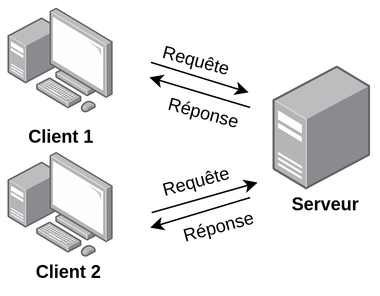
Earlier version of the draw.io export images/client-serveur.png (ulaval-rs/prog-fest-presentation). Source tidied: cells renumbered, new cells last; positions are measured from the earlier drawing's top-left corner, leaving out a move shared by most shapes. Its diagram source:
```xml
<mxGraphModel>
  <root>
    <mxCell id="0" />
    <mxCell id="1" parent="0" />
    <mxCell id="2" style="html=1;align=center;shadow=0;dashed=0;image;image=img/lib/allied_telesis/computer_and_terminals/Server_Desktop.svg;" parent="1" vertex="1">
      <mxGeometry x="176.4" y="38.6" width="65" height="82.4" as="geometry" />
    </mxCell>
    <mxCell id="3" style="html=1;align=center;shadow=0;dashed=0;image;image=img/lib/allied_telesis/computer_and_terminals/Personal_Computer_with_Server.svg;" parent="1" vertex="1">
      <mxGeometry width="70" height="70" as="geometry" />
    </mxCell>
    <mxCell id="4" value="&lt;b&gt;Client 1&lt;/b&gt;" style="text;html=1;align=center;verticalAlign=middle;strokeColor=none;fillColor=none;" parent="1" vertex="1">
      <mxGeometry x="5" y="76" width="60" height="20" as="geometry" />
    </mxCell>
    <mxCell id="5" value="&lt;b&gt;Serveur&lt;/b&gt;" style="text;html=1;align=center;verticalAlign=middle;strokeColor=none;fillColor=none;" parent="1" vertex="1">
      <mxGeometry x="181.4" y="121" width="60" height="20" as="geometry" />
    </mxCell>
    <mxCell id="6" value="Requête" style="text;html=1;align=center;verticalAlign=middle;strokeColor=none;fillColor=none;rotation=15;" parent="1" vertex="1">
      <mxGeometry x="94.5" y="25" width="60" height="20" as="geometry" />
    </mxCell>
    <mxCell id="7" value="Réponse" style="text;html=1;align=center;verticalAlign=middle;strokeColor=none;fillColor=none;rotation=15;" parent="1" vertex="1">
      <mxGeometry x="100" y="59.8" width="60" height="20" as="geometry" />
    </mxCell>
    <mxCell id="8" style="html=1;align=center;shadow=0;dashed=0;image;image=img/lib/allied_telesis/computer_and_terminals/Personal_Computer_with_Server.svg;" parent="1" vertex="1">
      <mxGeometry y="96" width="70" height="70" as="geometry" />
    </mxCell>
    <mxCell id="9" style="endArrow=classic;html=1;rounded=0;" parent="1" edge="1">
      <mxGeometry relative="1" as="geometry">
        <mxPoint x="95.5" y="136" as="sourcePoint" />
        <mxPoint x="166" y="116" as="targetPoint" />
      </mxGeometry>
    </mxCell>
    <mxCell id="10" style="endArrow=none;html=1;rounded=0;startArrow=classic;startFill=1;endFill=0;" parent="1" edge="1">
      <mxGeometry relative="1" as="geometry">
        <mxPoint x="94.5" y="146" as="sourcePoint" />
        <mxPoint x="161" y="126" as="targetPoint" />
      </mxGeometry>
    </mxCell>
    <mxCell id="11" value="Requête" style="text;html=1;align=center;verticalAlign=middle;strokeColor=none;fillColor=none;rotation=-15;" parent="1" vertex="1">
      <mxGeometry x="94.5" y="106" width="60" height="20" as="geometry" />
    </mxCell>
    <mxCell id="12" value="Réponse" style="text;html=1;align=center;verticalAlign=middle;strokeColor=none;fillColor=none;rotation=-15;" parent="1" vertex="1">
      <mxGeometry x="110" y="136" width="60" height="20" as="geometry" />
    </mxCell>
    <mxCell id="13" style="endArrow=classic;html=1;rounded=0;" parent="1" edge="1">
      <mxGeometry relative="1" as="geometry">
        <mxPoint x="95" y="36" as="sourcePoint" />
        <mxPoint x="160" y="56" as="targetPoint" />
      </mxGeometry>
    </mxCell>
    <mxCell id="14" style="endArrow=none;html=1;rounded=0;startArrow=classic;startFill=1;endFill=0;" parent="1" edge="1">
      <mxGeometry relative="1" as="geometry">
        <mxPoint x="94" y="46" as="sourcePoint" />
        <mxPoint x="161" y="66" as="targetPoint" />
      </mxGeometry>
    </mxCell>
    <mxCell id="15" value="&lt;b&gt;Client 2&lt;/b&gt;" style="text;html=1;align=center;verticalAlign=middle;strokeColor=none;fillColor=none;" parent="1" vertex="1">
      <mxGeometry x="10" y="166" width="60" height="20" as="geometry" />
    </mxCell>
  </root>
</mxGraphModel>
```
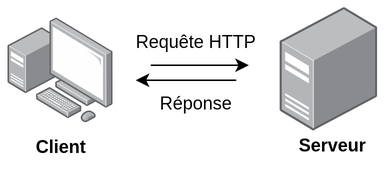
After the commit.

The edit, as a diff of the source:
```diff
@@ -2,59 +2,35 @@
   <root>
     <mxCell id="0" />
     <mxCell id="1" parent="0" />
-    <mxCell id="2" style="html=1;align=center;shadow=0;dashed=0;image;image=img/lib/allied_telesis/computer_and_terminals/Server_Desktop.svg;" parent="1" vertex="1">
-      <mxGeometry x="176.4" y="38.6" width="65" height="82.4" as="geometry" />
-    </mxCell>
-    <mxCell id="3" style="html=1;align=center;shadow=0;dashed=0;image;image=img/lib/allied_telesis/computer_and_terminals/Personal_Computer_with_Server.svg;" parent="1" vertex="1">
-      <mxGeometry width="70" height="70" as="geometry" />
-    </mxCell>
-    <mxCell id="4" value="&lt;b&gt;Client 1&lt;/b&gt;" style="text;html=1;align=center;verticalAlign=middle;strokeColor=none;fillColor=none;" parent="1" vertex="1">
-      <mxGeometry x="5" y="76" width="60" height="20" as="geometry" />
-    </mxCell>
+    <mxCell id="16" style="html=1;align=center;shadow=0;dashed=0;image;image=img/lib/allied_telesis/computer_and_terminals/Server_Desktop.svg;" parent="1" vertex="1">
+      <mxGeometry x="176.4" y="38.6" width="65" height="82.4" as="geometry" />
+    </mxCell>
+    <mxCell id="17" style="html=1;align=center;shadow=0;dashed=0;image;image=img/lib/allied_telesis/computer_and_terminals/Personal_Computer_with_Server.svg;" parent="1" vertex="1">
+      <mxGeometry x="-5" y="45.6" width="70" height="70" as="geometry" />
+    </mxCell>
+    <mxCell id="18" value="&lt;b&gt;Client&lt;/b&gt;" style="text;html=1;align=center;verticalAlign=middle;strokeColor=none;fillColor=none;" parent="1" vertex="1">
+      <mxGeometry x="5" y="121.6" width="50" height="20" as="geometry" />
+    </mxCell>
     <mxCell id="5" value="&lt;b&gt;Serveur&lt;/b&gt;" style="text;html=1;align=center;verticalAlign=middle;strokeColor=none;fillColor=none;" parent="1" vertex="1">
       <mxGeometry x="181.4" y="121" width="60" height="20" as="geometry" />
     </mxCell>
-    <mxCell id="6" value="Requête" style="text;html=1;align=center;verticalAlign=middle;strokeColor=none;fillColor=none;rotation=15;" parent="1" vertex="1">
-      <mxGeometry x="94.5" y="25" width="60" height="20" as="geometry" />
-    </mxCell>
-    <mxCell id="7" value="Réponse" style="text;html=1;align=center;verticalAlign=middle;strokeColor=none;fillColor=none;rotation=15;" parent="1" vertex="1">
-      <mxGeometry x="100" y="59.8" width="60" height="20" as="geometry" />
-    </mxCell>
-    <mxCell id="8" style="html=1;align=center;shadow=0;dashed=0;image;image=img/lib/allied_telesis/computer_and_terminals/Personal_Computer_with_Server.svg;" parent="1" vertex="1">
-      <mxGeometry y="96" width="70" height="70" as="geometry" />
-    </mxCell>
-    <mxCell id="9" style="endArrow=classic;html=1;rounded=0;" parent="1" edge="1">
-      <mxGeometry relative="1" as="geometry">
-        <mxPoint x="95.5" y="136" as="sourcePoint" />
-        <mxPoint x="166" y="116" as="targetPoint" />
-      </mxGeometry>
-    </mxCell>
-    <mxCell id="10" style="endArrow=none;html=1;rounded=0;startArrow=classic;startFill=1;endFill=0;" parent="1" edge="1">
-      <mxGeometry relative="1" as="geometry">
-        <mxPoint x="94.5" y="146" as="sourcePoint" />
-        <mxPoint x="161" y="126" as="targetPoint" />
-      </mxGeometry>
-    </mxCell>
-    <mxCell id="11" value="Requête" style="text;html=1;align=center;verticalAlign=middle;strokeColor=none;fillColor=none;rotation=-15;" parent="1" vertex="1">
-      <mxGeometry x="94.5" y="106" width="60" height="20" as="geometry" />
-    </mxCell>
-    <mxCell id="12" value="Réponse" style="text;html=1;align=center;verticalAlign=middle;strokeColor=none;fillColor=none;rotation=-15;" parent="1" vertex="1">
-      <mxGeometry x="110" y="136" width="60" height="20" as="geometry" />
-    </mxCell>
-    <mxCell id="13" style="endArrow=classic;html=1;rounded=0;" parent="1" edge="1">
-      <mxGeometry relative="1" as="geometry">
-        <mxPoint x="95" y="36" as="sourcePoint" />
-        <mxPoint x="160" y="56" as="targetPoint" />
-      </mxGeometry>
-    </mxCell>
-    <mxCell id="14" style="endArrow=none;html=1;rounded=0;startArrow=classic;startFill=1;endFill=0;" parent="1" edge="1">
-      <mxGeometry relative="1" as="geometry">
-        <mxPoint x="94" y="46" as="sourcePoint" />
-        <mxPoint x="161" y="66" as="targetPoint" />
-      </mxGeometry>
-    </mxCell>
-    <mxCell id="15" value="&lt;b&gt;Client 2&lt;/b&gt;" style="text;html=1;align=center;verticalAlign=middle;strokeColor=none;fillColor=none;" parent="1" vertex="1">
-      <mxGeometry x="10" y="166" width="60" height="20" as="geometry" />
-    </mxCell>
+    <mxCell id="19" value="Requête HTTP" style="text;html=1;align=center;verticalAlign=middle;strokeColor=none;fillColor=none;rotation=0;" parent="1" vertex="1">
+      <mxGeometry x="70" y="52" width="100" height="20" as="geometry" />
+    </mxCell>
+    <mxCell id="20" value="Réponse" style="text;html=1;align=center;verticalAlign=middle;strokeColor=none;fillColor=none;rotation=0;" parent="1" vertex="1">
+      <mxGeometry x="90" y="93" width="60" height="20" as="geometry" />
+    </mxCell>
+    <mxCell id="21" style="endArrow=classic;html=1;rounded=0;" parent="1" edge="1">
+      <mxGeometry relative="1" as="geometry">
+        <mxPoint x="90" y="77" as="sourcePoint" />
+        <mxPoint x="155.5" y="77" as="targetPoint" />
+      </mxGeometry>
+    </mxCell>
+    <mxCell id="22" style="endArrow=none;html=1;rounded=0;startArrow=classic;startFill=1;endFill=0;" parent="1" edge="1">
+      <mxGeometry relative="1" as="geometry">
+        <mxPoint x="80" y="87" as="sourcePoint" />
+        <mxPoint x="147" y="87" as="targetPoint" />
+      </mxGeometry>
+    </mxCell>
   </root>
 </mxGraphModel>
```
